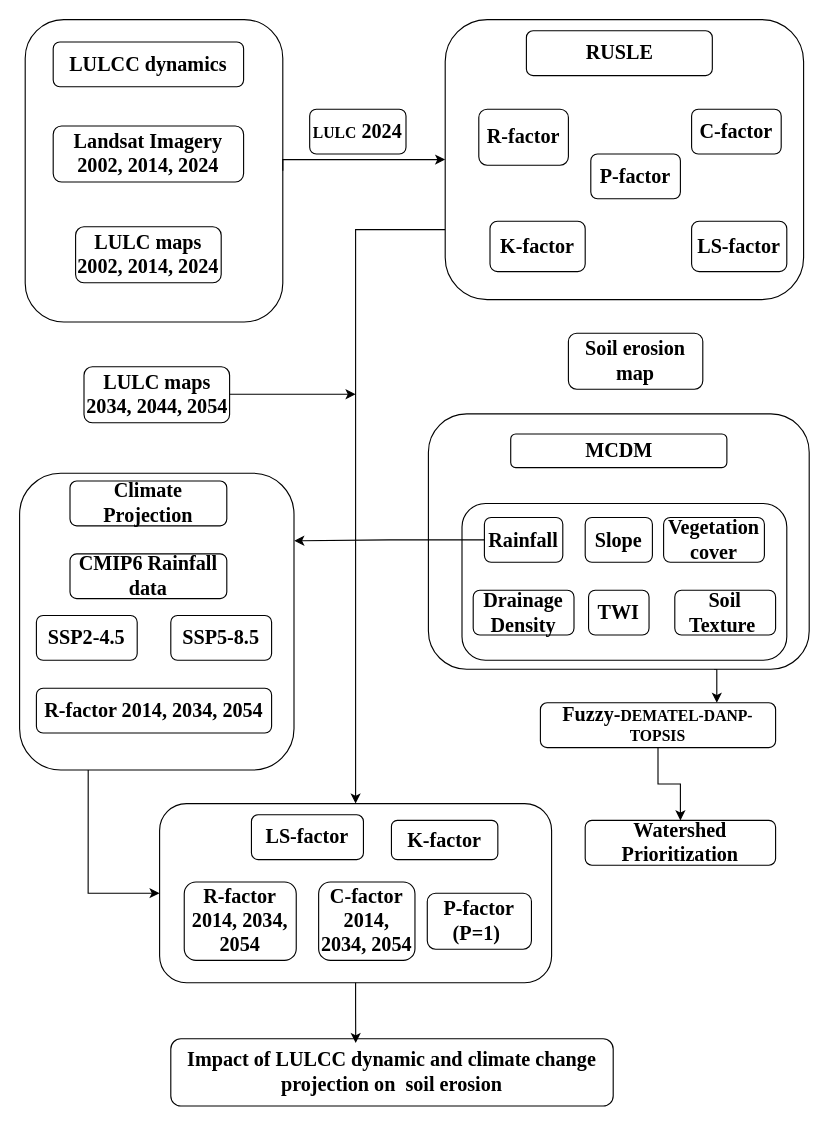
This is overallconceptualframework.drawio from yemioke/PRISMA2020, a draw.io file, before an edit. Source tidied: cells renumbered, new cells numbered last; positions are measured from the earlier drawing's top-left corner, leaving out a move shared by most shapes. Both pictures are drawn from the tidied source at 112%, with x=0, y=0 at pixel (19, 19).
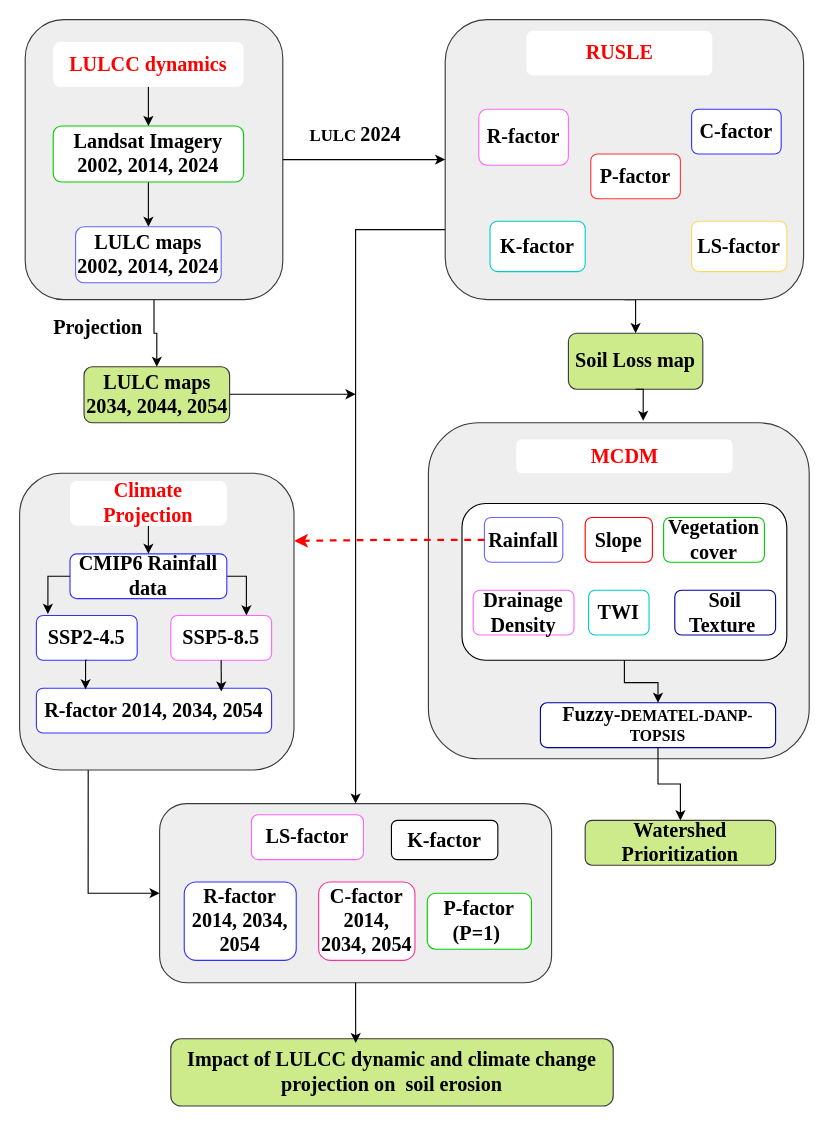
After the change.

The change refers to these unchanged cells:
```xml
<mxCell id="5" style="rounded=1;whiteSpace=wrap;html=1;" parent="1" vertex="1">
  <mxGeometry x="395" y="432" width="290" height="140" as="geometry" />
</mxCell>
```

The edit, as a diff of the source:
```diff
@@
-    <mxCell id="2" style="rounded=1;whiteSpace=wrap;html=1;" parent="1" vertex="1">
+    <mxCell id="2" style="rounded=1;whiteSpace=wrap;html=1;fillColor=#eeeeee;strokeColor=#36393d;" parent="1" vertex="1">
       <mxGeometry x="125" y="700" width="350" height="160" as="geometry" />
     </mxCell>
-    <mxCell id="3" style="edgeStyle=orthogonalEdgeStyle;rounded=0;jettySize=auto;html=1;exitX=0.75;exitY=1;exitDx=0;exitDy=0;entryX=0.75;entryY=0;entryDx=0;entryDy=0;" parent="1" edge="1" source="4" target="31">
-      <mxGeometry relative="1" as="geometry" />
-    </mxCell>
-    <mxCell id="4" style="rounded=1;whiteSpace=wrap;html=1;" parent="1" vertex="1">
-      <mxGeometry x="365" y="352" width="340" height="228" as="geometry" />
+    <mxCell id="4" style="rounded=1;whiteSpace=wrap;html=1;fillColor=#eeeeee;strokeColor=#36393d;" parent="1" vertex="1">
+      <mxGeometry x="365" y="360" width="340" height="300" as="geometry" />
     </mxCell>
+    <mxCell id="48" style="edgeStyle=orthogonalEdgeStyle;rounded=0;jettySize=auto;html=1;exitX=0.5;exitY=1;exitDx=0;exitDy=0;" parent="1" edge="1" source="5" target="31">
+      <mxGeometry relative="1" as="geometry" />
+    </mxCell>
@@
+    <mxCell id="49" style="edgeStyle=orthogonalEdgeStyle;rounded=0;jettySize=auto;html=1;exitX=0.5;exitY=1;exitDx=0;exitDy=0;entryX=0.5;entryY=0;entryDx=0;entryDy=0;" parent="1" edge="1" source="7" target="23">
+      <mxGeometry relative="1" as="geometry" />
+    </mxCell>
-    <mxCell id="7" style="rounded=1;whiteSpace=wrap;html=1;" parent="1" vertex="1">
+    <mxCell id="7" style="rounded=1;whiteSpace=wrap;html=1;fillColor=#eeeeee;strokeColor=#36393d;" parent="1" vertex="1">
       <mxGeometry x="380" width="320" height="250" as="geometry" />
     </mxCell>
@@
-    <mxCell id="9" style="rounded=1;whiteSpace=wrap;html=1;" parent="1" vertex="1">
+    <mxCell id="9" style="rounded=1;whiteSpace=wrap;html=1;fillColor=#eeeeee;strokeColor=#36393d;" parent="1" vertex="1">
       <mxGeometry y="405" width="245" height="265" as="geometry" />
     </mxCell>
+    <mxCell id="50" style="edgeStyle=orthogonalEdgeStyle;rounded=0;jettySize=auto;html=1;exitX=0.5;exitY=1;exitDx=0;exitDy=0;entryX=0.5;entryY=0;entryDx=0;entryDy=0;" parent="1" edge="1" source="10" target="17">
+      <mxGeometry relative="1" as="geometry" />
+    </mxCell>
-    <mxCell id="10" style="rounded=1;whiteSpace=wrap;html=1;" parent="1" vertex="1">
-      <mxGeometry x="5" width="230" height="270" as="geometry" />
+    <mxCell id="10" style="rounded=1;whiteSpace=wrap;html=1;fillColor=#eeeeee;strokeColor=#36393d;" parent="1" vertex="1">
+      <mxGeometry x="5" width="230" height="250" as="geometry" />
     </mxCell>
+    <mxCell id="51" style="edgeStyle=orthogonalEdgeStyle;rounded=0;jettySize=auto;html=1;exitX=0.5;exitY=1;exitDx=0;exitDy=0;entryX=0.5;entryY=0;entryDx=0;entryDy=0;" parent="1" edge="1" source="11" target="15">
+      <mxGeometry relative="1" as="geometry" />
+    </mxCell>
-    <mxCell id="11" value="&lt;font face=&quot;Garamond&quot;&gt;&lt;span style=&quot;font-size: 18px;&quot;&gt;&lt;b&gt;Landsat Imagery&lt;br&gt;2002, 2014, 2024&lt;/b&gt;&lt;/span&gt;&lt;/font&gt;" style="rounded=1;whiteSpace=wrap;html=1;" parent="1" vertex="1">
+    <mxCell id="11" value="&lt;font face=&quot;Garamond&quot;&gt;&lt;span style=&quot;font-size: 18px;&quot;&gt;&lt;b&gt;Landsat Imagery&lt;br&gt;2002, 2014, 2024&lt;/b&gt;&lt;/span&gt;&lt;/font&gt;" style="rounded=1;whiteSpace=wrap;html=1;strokeColor=#00CC00;" parent="1" vertex="1">
       <mxGeometry x="30" y="95" width="170" height="50" as="geometry" />
     </mxCell>
-    <mxCell id="12" value="&lt;b&gt;&lt;font style=&quot;font-size: 18px;&quot; face=&quot;Garamond&quot;&gt;RUSLE&lt;/font&gt;&lt;/b&gt;" style="rounded=1;whiteSpace=wrap;html=1;" parent="1" vertex="1">
+    <mxCell id="12" value="&lt;font style=&quot;font-size: 18px; color: rgb(255, 0, 0);&quot; face=&quot;Garamond&quot;&gt;&lt;b&gt;RUSLE&lt;/b&gt;&lt;/font&gt;" style="rounded=1;whiteSpace=wrap;html=1;strokeColor=none;" parent="1" vertex="1">
       <mxGeometry x="452.5" y="10" width="166" height="40" as="geometry" />
     </mxCell>
-    <mxCell id="13" value="&lt;font face=&quot;Garamond&quot;&gt;&lt;span style=&quot;font-size: 18px;&quot;&gt;&lt;b&gt;MCDM&lt;/b&gt;&lt;/span&gt;&lt;/font&gt;" style="rounded=1;whiteSpace=wrap;html=1;" parent="1" vertex="1">
-      <mxGeometry x="438.5" y="370" width="193" height="30" as="geometry" />
+    <mxCell id="13" value="&lt;font face=&quot;Garamond&quot; style=&quot;color: rgb(255, 0, 0);&quot;&gt;&lt;span style=&quot;font-size: 18px;&quot;&gt;&lt;b&gt;MCDM&lt;/b&gt;&lt;/span&gt;&lt;/font&gt;" style="rounded=1;whiteSpace=wrap;html=1;strokeColor=none;" parent="1" vertex="1">
+      <mxGeometry x="443.5" y="375" width="193" height="30" as="geometry" />
     </mxCell>
-    <mxCell id="14" value="&lt;font face=&quot;Garamond&quot;&gt;&lt;span style=&quot;font-size: 18px;&quot;&gt;&lt;b&gt;Impact of LULCC dynamic and climate change projection on&amp;nbsp; soil erosion&lt;/b&gt;&lt;/span&gt;&lt;/font&gt;" style="rounded=1;whiteSpace=wrap;html=1;" parent="1" vertex="1">
+    <mxCell id="14" value="&lt;font face=&quot;Garamond&quot;&gt;&lt;span style=&quot;font-size: 18px;&quot;&gt;&lt;b&gt;Impact of LULCC dynamic and climate change projection on&amp;nbsp; soil erosion&lt;/b&gt;&lt;/span&gt;&lt;/font&gt;" style="rounded=1;whiteSpace=wrap;html=1;fillColor=#cdeb8b;strokeColor=#36393d;" parent="1" vertex="1">
       <mxGeometry x="135" y="910" width="395" height="60" as="geometry" />
     </mxCell>
-    <mxCell id="15" value="&lt;b&gt;&lt;font style=&quot;font-size: 18px;&quot; face=&quot;Garamond&quot;&gt;LULC maps 2002, 2014, 2024&lt;/font&gt;&lt;/b&gt;" style="rounded=1;whiteSpace=wrap;html=1;" parent="1" vertex="1">
+    <mxCell id="15" value="&lt;b&gt;&lt;font style=&quot;font-size: 18px;&quot; face=&quot;Garamond&quot;&gt;LULC maps 2002, 2014, 2024&lt;/font&gt;&lt;/b&gt;" style="rounded=1;whiteSpace=wrap;html=1;strokeColor=#6666FF;" parent="1" vertex="1">
       <mxGeometry x="50" y="185" width="130" height="50" as="geometry" />
     </mxCell>
@@
-    <mxCell id="17" value="&lt;b&gt;&lt;font style=&quot;font-size: 18px;&quot; face=&quot;Garamond&quot;&gt;LULC maps 2034, 2044, 2054&lt;/font&gt;&lt;/b&gt;" style="rounded=1;whiteSpace=wrap;html=1;" parent="1" vertex="1">
+    <mxCell id="17" value="&lt;b&gt;&lt;font style=&quot;font-size: 18px;&quot; face=&quot;Garamond&quot;&gt;LULC maps 2034, 2044, 2054&lt;/font&gt;&lt;/b&gt;" style="rounded=1;whiteSpace=wrap;html=1;fillColor=#cdeb8b;strokeColor=#36393d;" parent="1" vertex="1">
       <mxGeometry x="57.5" y="310" width="130" height="50" as="geometry" />
     </mxCell>
-    <mxCell id="18" value="&lt;b&gt;&lt;font style=&quot;font-size: 18px;&quot; face=&quot;Garamond&quot;&gt;R-factor&lt;/font&gt;&lt;/b&gt;" style="rounded=1;whiteSpace=wrap;html=1;" parent="1" vertex="1">
+    <mxCell id="18" value="&lt;b&gt;&lt;font style=&quot;font-size: 18px;&quot; face=&quot;Garamond&quot;&gt;R-factor&lt;/font&gt;&lt;/b&gt;" style="rounded=1;whiteSpace=wrap;html=1;strokeColor=#FF66FF;" parent="1" vertex="1">
       <mxGeometry x="410" y="80" width="80" height="50" as="geometry" />
     </mxCell>
-    <mxCell id="19" value="&lt;b&gt;&lt;font style=&quot;font-size: 18px;&quot; face=&quot;Garamond&quot;&gt;P-factor&lt;/font&gt;&lt;/b&gt;" style="rounded=1;whiteSpace=wrap;html=1;" parent="1" vertex="1">
+    <mxCell id="19" value="&lt;b&gt;&lt;font style=&quot;font-size: 18px;&quot; face=&quot;Garamond&quot;&gt;P-factor&lt;/font&gt;&lt;/b&gt;" style="rounded=1;whiteSpace=wrap;html=1;strokeColor=#FF3333;" parent="1" vertex="1">
       <mxGeometry x="510" y="120" width="80" height="40" as="geometry" />
     </mxCell>
-    <mxCell id="20" value="&lt;b&gt;&lt;font style=&quot;font-size: 18px;&quot; face=&quot;Garamond&quot;&gt;C-factor&lt;/font&gt;&lt;/b&gt;" style="rounded=1;whiteSpace=wrap;html=1;" parent="1" vertex="1">
+    <mxCell id="20" value="&lt;b&gt;&lt;font style=&quot;font-size: 18px;&quot; face=&quot;Garamond&quot;&gt;C-factor&lt;/font&gt;&lt;/b&gt;" style="rounded=1;whiteSpace=wrap;html=1;strokeColor=#3333FF;" parent="1" vertex="1">
       <mxGeometry x="600" y="80" width="80" height="40" as="geometry" />
     </mxCell>
-    <mxCell id="21" value="&lt;b&gt;&lt;font style=&quot;font-size: 18px;&quot; face=&quot;Garamond&quot;&gt;K-factor&lt;/font&gt;&lt;/b&gt;" style="rounded=1;whiteSpace=wrap;html=1;" parent="1" vertex="1">
+    <mxCell id="21" value="&lt;b&gt;&lt;font style=&quot;font-size: 18px;&quot; face=&quot;Garamond&quot;&gt;K-factor&lt;/font&gt;&lt;/b&gt;" style="rounded=1;whiteSpace=wrap;html=1;strokeColor=#00CCCC;" parent="1" vertex="1">
       <mxGeometry x="420" y="180" width="85" height="45" as="geometry" />
     </mxCell>
-    <mxCell id="22" value="&lt;b&gt;&lt;font style=&quot;font-size: 18px;&quot; face=&quot;Garamond&quot;&gt;LS-factor&lt;/font&gt;&lt;/b&gt;" style="rounded=1;whiteSpace=wrap;html=1;" parent="1" vertex="1">
+    <mxCell id="22" value="&lt;b&gt;&lt;font style=&quot;font-size: 18px;&quot; face=&quot;Garamond&quot;&gt;LS-factor&lt;/font&gt;&lt;/b&gt;" style="rounded=1;whiteSpace=wrap;html=1;strokeColor=#FFD966;" parent="1" vertex="1">
       <mxGeometry x="600" y="180" width="85" height="45" as="geometry" />
     </mxCell>
-    <mxCell id="23" value="&lt;b&gt;&lt;font style=&quot;font-size: 18px;&quot; face=&quot;Garamond&quot;&gt;Soil erosion map&lt;/font&gt;&lt;/b&gt;" style="rounded=1;whiteSpace=wrap;html=1;" parent="1" vertex="1">
+    <mxCell id="23" value="&lt;b&gt;&lt;font style=&quot;font-size: 18px;&quot; face=&quot;Garamond&quot;&gt;Soil Loss map&lt;/font&gt;&lt;/b&gt;" style="rounded=1;whiteSpace=wrap;html=1;fillColor=#cdeb8b;strokeColor=#36393d;" parent="1" vertex="1">
       <mxGeometry x="490" y="280" width="120" height="50" as="geometry" />
     </mxCell>
-    <mxCell id="24" value="&lt;b&gt;&lt;font style=&quot;font-size: 18px;&quot; face=&quot;Garamond&quot;&gt;Rainfall&lt;/font&gt;&lt;/b&gt;" style="rounded=1;whiteSpace=wrap;html=1;" parent="1" vertex="1">
+    <mxCell id="24" value="&lt;b&gt;&lt;font style=&quot;font-size: 18px;&quot; face=&quot;Garamond&quot;&gt;Rainfall&lt;/font&gt;&lt;/b&gt;" style="rounded=1;whiteSpace=wrap;html=1;strokeColor=#6666FF;" parent="1" vertex="1">
       <mxGeometry x="415" y="444.5" width="70" height="40" as="geometry" />
     </mxCell>
-    <mxCell id="25" value="&lt;b&gt;&lt;font style=&quot;font-size: 18px;&quot; face=&quot;Garamond&quot;&gt;Slope&lt;/font&gt;&lt;/b&gt;" style="rounded=1;whiteSpace=wrap;html=1;" parent="1" vertex="1">
+    <mxCell id="25" value="&lt;b&gt;&lt;font style=&quot;font-size: 18px;&quot; face=&quot;Garamond&quot;&gt;Slope&lt;/font&gt;&lt;/b&gt;" style="rounded=1;whiteSpace=wrap;html=1;strokeColor=#FF0000;" parent="1" vertex="1">
       <mxGeometry x="505" y="444.5" width="60" height="40" as="geometry" />
     </mxCell>
-    <mxCell id="26" value="&lt;b&gt;&lt;font style=&quot;font-size: 18px;&quot; face=&quot;Garamond&quot;&gt;Vegetation cover&lt;/font&gt;&lt;/b&gt;" style="rounded=1;whiteSpace=wrap;html=1;" parent="1" vertex="1">
+    <mxCell id="26" value="&lt;b&gt;&lt;font style=&quot;font-size: 18px;&quot; face=&quot;Garamond&quot;&gt;Vegetation cover&lt;/font&gt;&lt;/b&gt;" style="rounded=1;whiteSpace=wrap;html=1;strokeColor=#00CC00;" parent="1" vertex="1">
       <mxGeometry x="575" y="444.5" width="90" height="40" as="geometry" />
     </mxCell>
-    <mxCell id="27" value="&lt;b&gt;&lt;font style=&quot;font-size: 18px;&quot; face=&quot;Garamond&quot;&gt;TWI&lt;/font&gt;&lt;/b&gt;" style="rounded=1;whiteSpace=wrap;html=1;" parent="1" vertex="1">
+    <mxCell id="27" value="&lt;b&gt;&lt;font style=&quot;font-size: 18px;&quot; face=&quot;Garamond&quot;&gt;TWI&lt;/font&gt;&lt;/b&gt;" style="rounded=1;whiteSpace=wrap;html=1;strokeColor=#00CCCC;" parent="1" vertex="1">
       <mxGeometry x="508" y="509.5" width="54" height="40" as="geometry" />
     </mxCell>
-    <mxCell id="28" value="&lt;b&gt;&lt;font style=&quot;font-size: 18px;&quot; face=&quot;Garamond&quot;&gt;Soil Texture&amp;nbsp;&lt;/font&gt;&lt;/b&gt;" style="rounded=1;whiteSpace=wrap;html=1;" parent="1" vertex="1">
+    <mxCell id="28" value="&lt;b&gt;&lt;font style=&quot;font-size: 18px;&quot; face=&quot;Garamond&quot;&gt;Soil Texture&amp;nbsp;&lt;/font&gt;&lt;/b&gt;" style="rounded=1;whiteSpace=wrap;html=1;strokeColor=#000099;" parent="1" vertex="1">
       <mxGeometry x="585" y="509.5" width="90" height="40" as="geometry" />
     </mxCell>
-    <mxCell id="29" value="&lt;b&gt;&lt;font style=&quot;font-size: 18px;&quot; face=&quot;Garamond&quot;&gt;Drainage Density&lt;/font&gt;&lt;/b&gt;" style="rounded=1;whiteSpace=wrap;html=1;" parent="1" vertex="1">
+    <mxCell id="29" value="&lt;b&gt;&lt;font style=&quot;font-size: 18px;&quot; face=&quot;Garamond&quot;&gt;Drainage Density&lt;/font&gt;&lt;/b&gt;" style="rounded=1;whiteSpace=wrap;html=1;strokeColor=#FF66FF;" parent="1" vertex="1">
       <mxGeometry x="405" y="509.5" width="90" height="40" as="geometry" />
     </mxCell>
@@
-    <mxCell id="31" value="&lt;b&gt;&lt;font style=&quot;font-size: 18px;&quot; face=&quot;Garamond&quot;&gt;Fuzzy-&lt;/font&gt;&lt;font style=&quot;font-size: 14px;&quot; face=&quot;Garamond&quot;&gt;DEMATEL-DANP-TOPSIS&lt;/font&gt;&lt;/b&gt;" style="rounded=1;whiteSpace=wrap;html=1;" parent="1" vertex="1">
+    <mxCell id="31" value="&lt;b&gt;&lt;font style=&quot;font-size: 18px;&quot; face=&quot;Garamond&quot;&gt;Fuzzy-&lt;/font&gt;&lt;font style=&quot;font-size: 14px;&quot; face=&quot;Garamond&quot;&gt;DEMATEL-DANP-TOPSIS&lt;/font&gt;&lt;/b&gt;" style="rounded=1;whiteSpace=wrap;html=1;strokeColor=#000099;" parent="1" vertex="1">
       <mxGeometry x="465" y="610" width="210" height="40" as="geometry" />
     </mxCell>
-    <mxCell id="32" value="&lt;font face=&quot;Garamond&quot;&gt;&lt;span style=&quot;font-size: 18px;&quot;&gt;&lt;b&gt;Watershed Prioritization&lt;/b&gt;&lt;/span&gt;&lt;/font&gt;" style="rounded=1;whiteSpace=wrap;html=1;" parent="1" vertex="1">
+    <mxCell id="32" value="&lt;font face=&quot;Garamond&quot;&gt;&lt;span style=&quot;font-size: 18px;&quot;&gt;&lt;b&gt;Watershed Prioritization&lt;/b&gt;&lt;/span&gt;&lt;/font&gt;" style="rounded=1;whiteSpace=wrap;html=1;fillColor=#cdeb8b;strokeColor=#36393d;" parent="1" vertex="1">
       <mxGeometry x="505" y="715" width="170" height="40" as="geometry" />
     </mxCell>
+    <mxCell id="52" style="edgeStyle=orthogonalEdgeStyle;rounded=0;jettySize=auto;html=1;exitX=1;exitY=0.5;exitDx=0;exitDy=0;entryX=0.75;entryY=0;entryDx=0;entryDy=0;" parent="1" edge="1" source="33" target="35">
+      <mxGeometry relative="1" as="geometry" />
+    </mxCell>
-    <mxCell id="33" value="&lt;font face=&quot;Garamond&quot;&gt;&lt;span style=&quot;font-size: 18px;&quot;&gt;&lt;b&gt;CMIP6 Rainfall data&lt;/b&gt;&lt;/span&gt;&lt;/font&gt;" style="rounded=1;whiteSpace=wrap;html=1;" parent="1" vertex="1">
+    <mxCell id="33" value="&lt;font face=&quot;Garamond&quot;&gt;&lt;span style=&quot;font-size: 18px;&quot;&gt;&lt;b&gt;CMIP6 Rainfall data&lt;/b&gt;&lt;/span&gt;&lt;/font&gt;" style="rounded=1;whiteSpace=wrap;html=1;strokeColor=#3333FF;" parent="1" vertex="1">
       <mxGeometry x="45" y="477" width="140" height="40" as="geometry" />
     </mxCell>
-    <mxCell id="34" value="&lt;b&gt;&lt;font style=&quot;font-size: 18px;&quot; face=&quot;Garamond&quot;&gt;SSP2-4.5&lt;/font&gt;&lt;/b&gt;" style="rounded=1;whiteSpace=wrap;html=1;" parent="1" vertex="1">
+    <mxCell id="34" value="&lt;b&gt;&lt;font style=&quot;font-size: 18px;&quot; face=&quot;Garamond&quot;&gt;SSP2-4.5&lt;/font&gt;&lt;/b&gt;" style="rounded=1;whiteSpace=wrap;html=1;strokeColor=#3333FF;" parent="1" vertex="1">
       <mxGeometry x="15" y="532" width="90" height="40" as="geometry" />
     </mxCell>
-    <mxCell id="35" value="&lt;b&gt;&lt;font style=&quot;font-size: 18px;&quot; face=&quot;Garamond&quot;&gt;SSP5-8.5&lt;/font&gt;&lt;/b&gt;" style="rounded=1;whiteSpace=wrap;html=1;" parent="1" vertex="1">
+    <mxCell id="35" value="&lt;b&gt;&lt;font style=&quot;font-size: 18px;&quot; face=&quot;Garamond&quot;&gt;SSP5-8.5&lt;/font&gt;&lt;/b&gt;" style="rounded=1;whiteSpace=wrap;html=1;strokeColor=#FF66FF;" parent="1" vertex="1">
       <mxGeometry x="135" y="532" width="90" height="40" as="geometry" />
     </mxCell>
-    <mxCell id="36" value="&lt;b&gt;&lt;font style=&quot;font-size: 18px;&quot; face=&quot;Garamond&quot;&gt;R-factor 2014, 2034, 2054&lt;/font&gt;&lt;/b&gt;" style="rounded=1;whiteSpace=wrap;html=1;" parent="1" vertex="1">
+    <mxCell id="36" value="&lt;b&gt;&lt;font style=&quot;font-size: 18px;&quot; face=&quot;Garamond&quot;&gt;R-factor 2014, 2034, 2054&lt;/font&gt;&lt;/b&gt;" style="rounded=1;whiteSpace=wrap;html=1;strokeColor=#3333FF;" parent="1" vertex="1">
       <mxGeometry x="15" y="597" width="210" height="40" as="geometry" />
     </mxCell>
+    <mxCell id="53" style="edgeStyle=orthogonalEdgeStyle;rounded=0;jettySize=auto;html=1;exitX=0.5;exitY=1;exitDx=0;exitDy=0;entryX=0.5;entryY=0;entryDx=0;entryDy=0;" parent="1" edge="1" source="37" target="33">
+      <mxGeometry relative="1" as="geometry" />
+    </mxCell>
-    <mxCell id="37" value="&lt;font face=&quot;Garamond&quot;&gt;&lt;span style=&quot;font-size: 18px;&quot;&gt;&lt;b&gt;Climate Projection&lt;/b&gt;&lt;/span&gt;&lt;/font&gt;" style="rounded=1;whiteSpace=wrap;html=1;" parent="1" vertex="1">
+    <mxCell id="37" value="&lt;font face=&quot;Garamond&quot; style=&quot;color: rgb(255, 0, 0);&quot;&gt;&lt;span style=&quot;font-size: 18px;&quot;&gt;&lt;b&gt;Climate Projection&lt;/b&gt;&lt;/span&gt;&lt;/font&gt;" style="rounded=1;whiteSpace=wrap;html=1;strokeColor=none;" parent="1" vertex="1">
       <mxGeometry x="45" y="412" width="140" height="40" as="geometry" />
     </mxCell>
+    <mxCell id="54" style="edgeStyle=orthogonalEdgeStyle;rounded=0;jettySize=auto;html=1;exitX=0.5;exitY=1;exitDx=0;exitDy=0;" parent="1" edge="1" source="38" target="11">
+      <mxGeometry relative="1" as="geometry" />
+    </mxCell>
-    <mxCell id="38" value="&lt;font face=&quot;Garamond&quot;&gt;&lt;span style=&quot;font-size: 18px;&quot;&gt;&lt;b&gt;LULCC dynamics&lt;/b&gt;&lt;/span&gt;&lt;/font&gt;" style="rounded=1;whiteSpace=wrap;html=1;" parent="1" vertex="1">
+    <mxCell id="38" value="&lt;font face=&quot;Garamond&quot; style=&quot;font-size: 18px; color: rgb(255, 0, 0);&quot;&gt;&lt;b style=&quot;&quot;&gt;LULCC dynamics&lt;/b&gt;&lt;/font&gt;" style="rounded=1;whiteSpace=wrap;html=1;strokeColor=none;" parent="1" vertex="1">
       <mxGeometry x="30" y="20" width="170" height="40" as="geometry" />
     </mxCell>
-    <mxCell id="39" value="&lt;b&gt;&lt;font style=&quot;font-size: 18px;&quot; face=&quot;Garamond&quot;&gt;R-factor 2014, 2034, 2054&lt;/font&gt;&lt;/b&gt;" style="rounded=1;whiteSpace=wrap;html=1;" parent="1" vertex="1">
+    <mxCell id="39" value="&lt;b&gt;&lt;font style=&quot;font-size: 18px;&quot; face=&quot;Garamond&quot;&gt;R-factor 2014, 2034, 2054&lt;/font&gt;&lt;/b&gt;" style="rounded=1;whiteSpace=wrap;html=1;strokeColor=#3333FF;" parent="1" vertex="1">
       <mxGeometry x="147" y="770" width="100" height="70" as="geometry" />
     </mxCell>
-    <mxCell id="40" value="&lt;b&gt;&lt;font style=&quot;font-size: 18px;&quot; face=&quot;Garamond&quot;&gt;C-factor 2014, 2034, 2054&lt;/font&gt;&lt;/b&gt;" style="rounded=1;whiteSpace=wrap;html=1;" parent="1" vertex="1">
+    <mxCell id="40" value="&lt;b&gt;&lt;font style=&quot;font-size: 18px;&quot; face=&quot;Garamond&quot;&gt;C-factor 2014, 2034, 2054&lt;/font&gt;&lt;/b&gt;" style="rounded=1;whiteSpace=wrap;html=1;strokeColor=#FF3399;" parent="1" vertex="1">
       <mxGeometry x="267" y="770" width="86" height="70" as="geometry" />
     </mxCell>
-    <mxCell id="41" value="&lt;b&gt;&lt;font style=&quot;font-size: 18px;&quot; face=&quot;Garamond&quot;&gt;P-factor (P=1)&amp;nbsp;&lt;/font&gt;&lt;/b&gt;" style="rounded=1;whiteSpace=wrap;html=1;" parent="1" vertex="1">
+    <mxCell id="41" value="&lt;b&gt;&lt;font style=&quot;font-size: 18px;&quot; face=&quot;Garamond&quot;&gt;P-factor (P=1)&amp;nbsp;&lt;/font&gt;&lt;/b&gt;" style="rounded=1;whiteSpace=wrap;html=1;strokeColor=#00CC00;" parent="1" vertex="1">
       <mxGeometry x="364" y="780" width="93" height="50" as="geometry" />
     </mxCell>
-    <mxCell id="42" value="&lt;b&gt;&lt;font style=&quot;font-size: 18px;&quot; face=&quot;Garamond&quot;&gt;LS-factor&lt;/font&gt;&lt;/b&gt;" style="rounded=1;whiteSpace=wrap;html=1;" parent="1" vertex="1">
+    <mxCell id="42" value="&lt;b&gt;&lt;font style=&quot;font-size: 18px;&quot; face=&quot;Garamond&quot;&gt;LS-factor&lt;/font&gt;&lt;/b&gt;" style="rounded=1;whiteSpace=wrap;html=1;strokeColor=#FF66FF;" parent="1" vertex="1">
       <mxGeometry x="207" y="710" width="100" height="40" as="geometry" />
     </mxCell>
@@
-    <mxCell id="45" value="&lt;b&gt;&lt;font style=&quot;font-size: 14px;&quot; face=&quot;Garamond&quot;&gt;LULC&lt;/font&gt;&lt;font style=&quot;font-size: 18px;&quot; face=&quot;Garamond&quot;&gt; 2024&lt;/font&gt;&lt;/b&gt;" style="rounded=1;whiteSpace=wrap;html=1;" parent="1" vertex="1">
-      <mxGeometry x="259" y="80" width="86" height="40" as="geometry" />
+    <mxCell id="45" value="&lt;b&gt;&lt;font style=&quot;font-size: 15px;&quot;&gt;&lt;font style=&quot;&quot; face=&quot;Garamond&quot;&gt;LULC&lt;/font&gt;&lt;font style=&quot;&quot; face=&quot;Garamond&quot;&gt; &lt;/font&gt;&lt;/font&gt;&lt;font style=&quot;font-size: 18px;&quot; face=&quot;Garamond&quot;&gt;2024&lt;/font&gt;&lt;/b&gt;" style="rounded=1;whiteSpace=wrap;html=1;strokeColor=none;" parent="1" vertex="1">
+      <mxGeometry x="257" y="85" width="86" height="35" as="geometry" />
     </mxCell>
-    <mxCell id="46" style="edgeStyle=orthogonalEdgeStyle;rounded=0;jettySize=auto;html=1;exitX=0;exitY=0.5;exitDx=0;exitDy=0;entryX=1.001;entryY=0.228;entryDx=0;entryDy=0;entryPerimeter=0;" parent="1" edge="1" source="24" target="9">
+    <mxCell id="46" style="edgeStyle=orthogonalEdgeStyle;rounded=0;jettySize=auto;html=1;exitX=0;exitY=0.5;exitDx=0;exitDy=0;entryX=1.001;entryY=0.228;entryDx=0;entryDy=0;entryPerimeter=0;dashed=1;strokeWidth=2;strokeColor=#FF0000;" parent="1" edge="1" source="24" target="9">
       <mxGeometry relative="1" as="geometry" />
     </mxCell>
@@
+    <mxCell id="55" value="&lt;font face=&quot;Garamond&quot; style=&quot;font-size: 18px;&quot;&gt;&lt;b style=&quot;&quot;&gt;Projection&amp;nbsp;&lt;/b&gt;&lt;/font&gt;" style="rounded=1;whiteSpace=wrap;html=1;strokeColor=none;" parent="1" vertex="1">
+      <mxGeometry x="30" y="260" width="85" height="30" as="geometry" />
+    </mxCell>
+    <mxCell id="56" style="edgeStyle=orthogonalEdgeStyle;rounded=0;jettySize=auto;html=1;exitX=0.5;exitY=1;exitDx=0;exitDy=0;entryX=0.564;entryY=-0.006;entryDx=0;entryDy=0;entryPerimeter=0;" parent="1" edge="1" source="23" target="4">
+      <mxGeometry relative="1" as="geometry" />
+    </mxCell>
+    <mxCell id="57" style="edgeStyle=orthogonalEdgeStyle;rounded=0;jettySize=auto;html=1;exitX=0;exitY=0.5;exitDx=0;exitDy=0;entryX=0.114;entryY=-0.034;entryDx=0;entryDy=0;entryPerimeter=0;" parent="1" edge="1" source="33" target="34">
+      <mxGeometry relative="1" as="geometry" />
+    </mxCell>
+    <mxCell id="58" style="edgeStyle=orthogonalEdgeStyle;rounded=0;jettySize=auto;html=1;exitX=0.5;exitY=1;exitDx=0;exitDy=0;entryX=0.209;entryY=0.025;entryDx=0;entryDy=0;entryPerimeter=0;" parent="1" edge="1" source="34" target="36">
+      <mxGeometry relative="1" as="geometry" />
+    </mxCell>
+    <mxCell id="59" style="edgeStyle=orthogonalEdgeStyle;rounded=0;jettySize=auto;html=1;exitX=0.5;exitY=1;exitDx=0;exitDy=0;entryX=0.786;entryY=0.075;entryDx=0;entryDy=0;entryPerimeter=0;" parent="1" edge="1" source="35" target="36">
+      <mxGeometry relative="1" as="geometry" />
+    </mxCell>
```
